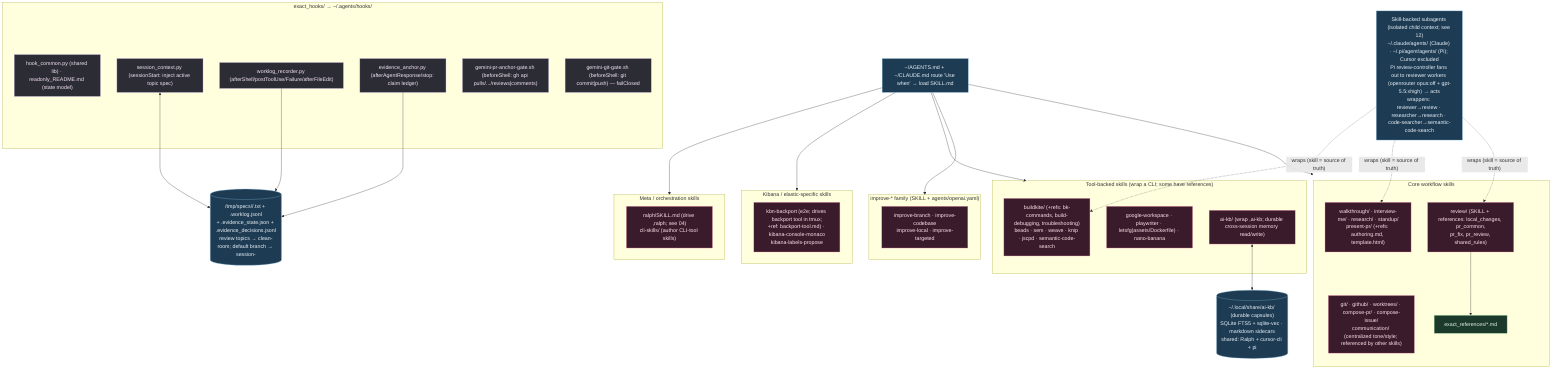
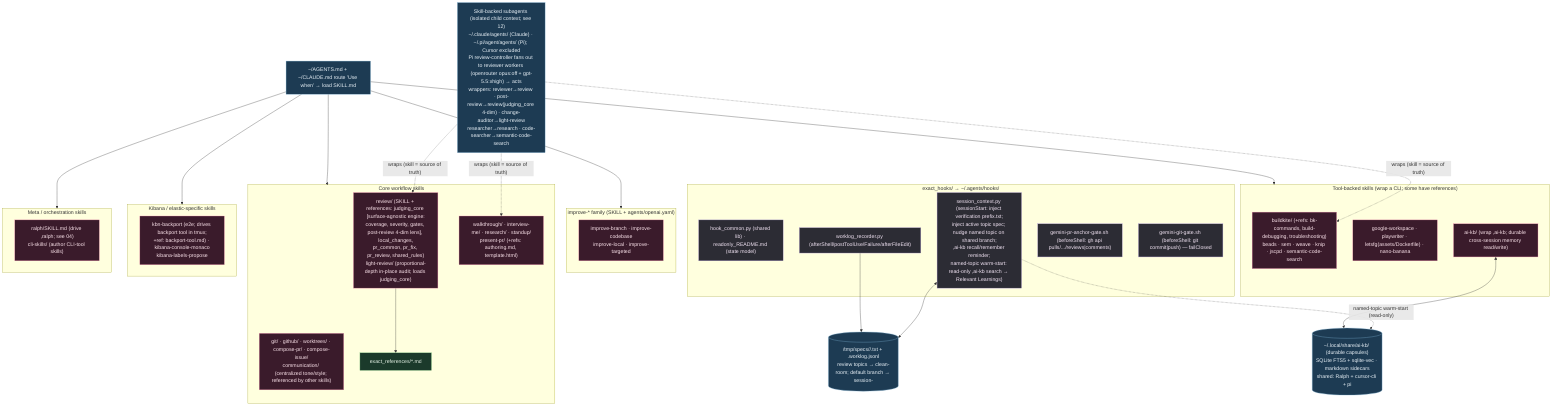
%% ============================================================================
- %% 03b-agent-skills-hooks.mmd — Every file under home/exact_dot_agents/ (57).
+ %% 03b-agent-skills-hooks.mmd — Every file under home/exact_dot_agents/ (58).
%% Skills → ~/.agents/skills/ (intent-routed SKILL.md). Hooks → ~/.agents/hooks/.
%% ============================================================================
flowchart TB
    classDef skill fill:#3a1b2b,stroke:#f48fb1,color:#fce4ec;
    classDef hook fill:#2c2c34,stroke:#b39ddb,color:#f3e5f5;
    classDef ref fill:#1b3a2b,stroke:#81c784,color:#e8f5e9;
    classDef data fill:#1d3b53,stroke:#7fb3d5,color:#eaf2f8;

    subgraph HOOKS["exact_hooks/ → ~/.agents/hooks/"]
        HC["hook_common.py (shared lib) · readonly_README.md (state model)"]:::hook
-         SCx["session_context.py (sessionStart: inject active topic spec)"]:::hook
+         SCx["session_context.py (sessionStart: inject verification prefix.txt;<br/>inject active topic spec; nudge named topic on shared branch;<br/>,ai-kb recall/remember reminder;<br/>named-topic warm-start: read-only ,ai-kb search → Relevant Learnings)"]:::hook
        WLx["worklog_recorder.py (afterShell/postToolUse/Failure/afterFileEdit)"]:::hook
-         EVx["evidence_anchor.py (afterAgentResponse/stop: claim ledger)"]:::hook
        PRG["gemini-pr-anchor-gate.sh (beforeShell: gh api pulls/.../reviews|comments)"]:::hook
        GG["gemini-git-gate.sh (beforeShell: git commit|push) — failClosed"]:::hook
    end

-     MEM[("/tmp/specs/<pwd>/<topic>.txt + .worklog.jsonl<br/>+ .evidence_state.json + .evidence_decisions.jsonl<br/>review topics → clean-room; default branch → session-<id>")]:::data
+     MEM[("/tmp/specs/<pwd>/<topic>.txt + .worklog.jsonl<br/>review topics → clean-room; default branch → session-<id>")]:::data
    SCx <--> MEM
    WLx --> MEM
-     EVx --> MEM

    KBDB[("~/.local/share/ai-kb/ (durable capsules)<br/>SQLite FTS5 + sqlite-vec · markdown sidecars<br/>shared: Ralph + cursor-cli + pi")]:::data
+     SCx -. "named-topic warm-start (read-only)" .-> KBDB

    subgraph CORE["Core workflow skills"]
-         S1["review/ (SKILL + references: local_changes, pr_common,<br/>pr_fix, pr_review, shared_rules)"]:::skill
+         S1["review/ (SKILL + references: judging_core [surface-agnostic engine:<br/>coverage, severity, gates, post-review 4-dim lens], local_changes,<br/>pr_common, pr_fix, pr_review, shared_rules)<br/>light-review/ (proportional-depth in-place audit; loads judging_core)"]:::skill
        S2["git/ · github/ · worktrees/ · compose-pr/ · compose-issue/<br/>communication/ (centralized tone/style; referenced by other skills)"]:::skill
        S3["walkthrough/ · interview-me/ · research/ · standup/<br/>present-pr/ (+refs: authoring.md, template.html)"]:::skill
        S1 --> R1["exact_references/*.md"]:::ref
    end

    subgraph IMPROVE["improve-* family (SKILL + agents/openai.yaml)"]
        S4["improve-branch · improve-codebase<br/>improve-local · improve-targeted"]:::skill
    end

    subgraph TOOLS["Tool-backed skills (wrap a CLI; some have references)"]
        S5["buildkite/ (+refs: bk-commands, build-debugging, troubleshooting)<br/>beads · sem · weave · knip · jscpd · semantic-code-search"]:::skill
        S6["google-workspace · playwriter · letsfg(assets/Dockerfile) · nano-banana"]:::skill
        S7["ai-kb/ (wrap ,ai-kb; durable cross-session memory read/write)"]:::skill
    end

    subgraph KBN["Kibana / elastic-specific skills"]
        S8["kbn-backport (e2e; drives backport tool in tmux;<br/>+ref: backport-tool.md) · kibana-console-monaco<br/>kibana-labels-propose"]:::skill
    end

    subgraph META["Meta / orchestration skills"]
        S9["ralph/SKILL.md (drive ,ralph; see 04)<br/>cli-skills/ (author CLI-tool skills)"]:::skill
    end

    SOPS["~/AGENTS.md + ~/CLAUDE.md route 'Use when' → load SKILL.md"]:::data
    SOPS --> CORE & IMPROVE & TOOLS & KBN & META
    S7 <--> KBDB

-     SUBA["Skill-backed subagents (isolated child context; see 12)<br/>~/.claude/agents/ (Claude) · ~/.pi/agent/agents/ (Pi); Cursor excluded<br/>Pi review-controller fans out to reviewer workers (openrouter opus:off + gpt-5.5:xhigh) → acts<br/>wrappers: reviewer→review · researcher→research · code-searcher→semantic-code-search"]:::data
+     SUBA["Skill-backed subagents (isolated child context; see 12)<br/>~/.claude/agents/ (Claude) · ~/.pi/agent/agents/ (Pi); Cursor excluded<br/>Pi review-controller fans out to reviewer workers (openrouter opus:off + gpt-5.5:xhigh) → acts<br/>wrappers: reviewer→review · post-review→review(judging_core 4-dim) · change-auditor→light-review<br/>researcher→research · code-searcher→semantic-code-search"]:::data
    SUBA -.->|"wraps (skill = source of truth)"| S1 & S3 & S5
